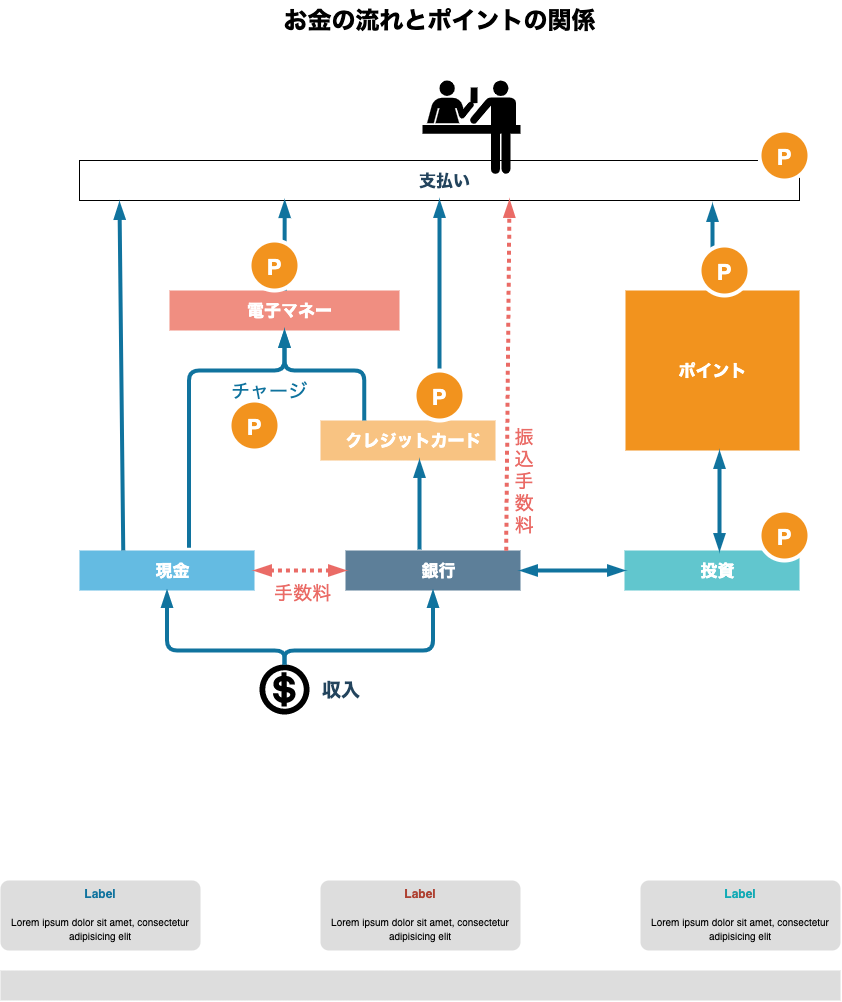
The draw.io diagram content/Point Flow.png in mak00s/yellowcake, before a commit. Source tidied: cells renumbered, new cells last; positions are measured from the earlier drawing's top-left corner, leaving out a move shared by most shapes. The source it was exported from:
```xml
<mxGraphModel>
  <root>
    <mxCell id="0" />
    <mxCell id="1" parent="0" />
    <mxCell id="2" value="お金の流れとポイントの関係" style="text;strokeColor=none;fillColor=none;html=1;fontSize=24;fontStyle=1;verticalAlign=middle;align=center;" parent="1" vertex="1">
      <mxGeometry x="79" width="720" height="40" as="geometry" />
    </mxCell>
    <mxCell id="3" value="現金" style="shape=mxgraph.infographic.ribbonSimple;notch1=0;notch2=0;notch=0;html=1;fillColor=#64BBE2;strokeColor=none;shadow=0;fontSize=17;fontColor=#FFFFFF;align=center;spacingLeft=10;fontStyle=1;" parent="1" vertex="1">
      <mxGeometry x="79" y="550" width="175" height="40" as="geometry" />
    </mxCell>
    <mxCell id="4" value="ポイント" style="html=1;fillColor=#F2931E;strokeColor=none;shadow=0;fontSize=17;fontColor=#FFFFFF;align=center;fontStyle=1;rounded=0;" parent="1" vertex="1">
      <mxGeometry x="625" y="290" width="174" height="160" as="geometry" />
    </mxCell>
    <mxCell id="5" value="クレジットカード" style="shape=mxgraph.infographic.ribbonSimple;notch1=0;notch2=0;notch=0;html=1;fillColor=#F8C382;strokeColor=none;shadow=0;fontSize=17;fontColor=#FFFFFF;align=center;spacingLeft=10;fontStyle=1;" parent="1" vertex="1">
      <mxGeometry x="320" y="420" width="175" height="40" as="geometry" />
    </mxCell>
    <mxCell id="6" value="電子マネー" style="shape=mxgraph.infographic.ribbonSimple;notch1=0;notch2=0;notch=0;html=1;fillColor=#F08E81;strokeColor=none;shadow=0;fontSize=17;fontColor=#FFFFFF;align=center;spacingLeft=10;fontStyle=1;" parent="1" vertex="1">
      <mxGeometry x="169" y="290" width="230" height="40" as="geometry" />
    </mxCell>
    <mxCell id="7" value="銀行" style="shape=mxgraph.infographic.ribbonSimple;notch1=0;notch2=0;notch=0;html=1;fillColor=#5D7F99;strokeColor=none;shadow=0;fontSize=17;fontColor=#FFFFFF;align=center;spacingLeft=10;fontStyle=1;" parent="1" vertex="1">
      <mxGeometry x="345" y="550" width="175" height="40" as="geometry" />
    </mxCell>
    <mxCell id="8" value="投資" style="shape=mxgraph.infographic.ribbonSimple;notch1=0;notch2=0;notch=0;html=1;fillColor=#61C6CE;strokeColor=none;shadow=0;fontSize=17;fontColor=#FFFFFF;align=center;spacingLeft=10;fontStyle=1;" parent="1" vertex="1">
      <mxGeometry x="624" y="550" width="175" height="40" as="geometry" />
    </mxCell>
    <mxCell id="9" style="shape=mxgraph.signs.travel.cashier;html=1;fillColor=#000000;strokeColor=none;verticalLabelPosition=bottom;verticalAlign=top;align=center;" parent="1" vertex="1">
      <mxGeometry x="259" y="664" width="50" height="50" as="geometry" />
    </mxCell>
    <mxCell id="10" style="shape=mxgraph.signs.travel.ticket_purchase;html=1;fillColor=#000000;strokeColor=none;verticalLabelPosition=bottom;verticalAlign=top;align=center;" parent="1" vertex="1">
      <mxGeometry x="422" y="80" width="98" height="95" as="geometry" />
    </mxCell>
    <mxCell id="11" style="endArrow=blockThin;startArrow=blockThin;html=1;fontSize=19;fontColor=#FFFFFF;strokeColor=#10739E;strokeWidth=4;startFill=1;endFill=1;entryX=0;entryY=0;entryDx=0;entryDy=20;entryPerimeter=0;exitX=1;exitY=0.5;exitDx=0;exitDy=0;exitPerimeter=0;targetPerimeterSpacing=0;endSize=7;startSize=7;jumpSize=7;" parent="1" edge="1" source="7" target="8">
      <mxGeometry relative="1" as="geometry" />
    </mxCell>
    <mxCell id="12" style="fillColor=#dddddd;rounded=0;strokeColor=none;fontSize=19;fontColor=#FFFFFF;" parent="1" vertex="1">
      <mxGeometry y="970" width="840" height="30" as="geometry" />
    </mxCell>
    <mxCell id="13" value="&lt;font style=&quot;font-size: 10px&quot;&gt;&lt;font style=&quot;font-size: 12px&quot; color=&quot;#10739E&quot;&gt;&lt;b&gt;Label&lt;/b&gt;&lt;/font&gt;&lt;br&gt;&lt;br&gt;&lt;font size=&quot;1&quot;&gt;Lorem ipsum dolor sit amet, consectetur adipisicing elit&lt;/font&gt;&lt;/font&gt;" style="rounded=1;strokeColor=none;fillColor=#DDDDDD;align=center;arcSize=12;verticalAlign=top;whiteSpace=wrap;html=1;fontSize=12;" parent="1" vertex="1">
      <mxGeometry y="880" width="200" height="70" as="geometry" />
    </mxCell>
    <mxCell id="14" value="&lt;font style=&quot;font-size: 10px&quot;&gt;&lt;font style=&quot;font-size: 12px&quot; color=&quot;#AE4132&quot;&gt;&lt;b&gt;Label&lt;/b&gt;&lt;/font&gt;&lt;br&gt;&lt;br&gt;&lt;font size=&quot;1&quot;&gt;Lorem ipsum dolor sit amet, consectetur adipisicing elit&lt;/font&gt;&lt;/font&gt;" style="rounded=1;strokeColor=none;fillColor=#DDDDDD;align=center;arcSize=12;verticalAlign=top;whiteSpace=wrap;html=1;fontSize=12;" parent="1" vertex="1">
      <mxGeometry x="320" y="880" width="200" height="70" as="geometry" />
    </mxCell>
    <mxCell id="15" value="&lt;font style=&quot;font-size: 10px&quot;&gt;&lt;font style=&quot;font-size: 12px&quot; color=&quot;#12AAB5&quot;&gt;&lt;b&gt;Label&lt;/b&gt;&lt;/font&gt;&lt;br&gt;&lt;br&gt;&lt;font size=&quot;1&quot;&gt;Lorem ipsum dolor sit amet, consectetur adipisicing elit&lt;/font&gt;&lt;/font&gt;" style="rounded=1;strokeColor=none;fillColor=#DDDDDD;align=center;arcSize=12;verticalAlign=top;whiteSpace=wrap;html=1;fontSize=12;" parent="1" vertex="1">
      <mxGeometry x="640" y="880" width="200" height="70" as="geometry" />
    </mxCell>
    <mxCell id="16" style="endArrow=blockThin;startArrow=blockThin;html=1;fontSize=19;fontColor=#FFFFFF;strokeWidth=4;startFill=1;endFill=1;targetPerimeterSpacing=0;endSize=7;startSize=7;jumpSize=7;dashed=1;dashPattern=1 1;strokeColor=#EA6B66;" parent="1" edge="1" source="3" target="7">
      <mxGeometry relative="1" as="geometry" />
    </mxCell>
    <mxCell id="17" style="endArrow=blockThin;startArrow=none;html=1;fontSize=19;fontColor=#FFFFFF;strokeColor=#10739E;strokeWidth=4;startFill=0;endFill=1;targetPerimeterSpacing=0;endSize=7;startSize=7;jumpSize=7;" parent="1" edge="1">
      <mxGeometry relative="1" as="geometry">
        <mxPoint x="419" y="549" as="sourcePoint" />
        <mxPoint x="419" y="460" as="targetPoint" />
      </mxGeometry>
    </mxCell>
    <mxCell id="18" style="endArrow=blockThin;startArrow=none;html=1;fontSize=19;fontColor=#FFFFFF;strokeColor=#10739E;strokeWidth=4;startFill=0;endFill=1;targetPerimeterSpacing=0;endSize=7;startSize=7;jumpSize=7;exitX=0;exitY=0;exitDx=43.75;exitDy=0;exitPerimeter=0;entryX=0;entryY=0;entryDx=115.00000000000001;entryDy=40;entryPerimeter=0;edgeStyle=orthogonalEdgeStyle;" parent="1" edge="1" source="5" target="6">
      <mxGeometry relative="1" as="geometry">
        <Array as="points">
          <mxPoint x="364" y="370" />
          <mxPoint x="284" y="370" />
        </Array>
      </mxGeometry>
    </mxCell>
    <mxCell id="19" value="支払い" style="shape=mxgraph.infographic.ribbonSimple;notch1=0;notch2=0;notch=0;html=1;shadow=0;fontSize=17;align=center;spacingLeft=10;fontStyle=1;fillColor=none;fontColor=#23445D;" parent="1" vertex="1">
      <mxGeometry x="79" y="160" width="720" height="40" as="geometry" />
    </mxCell>
    <mxCell id="20" style="endArrow=blockThin;startArrow=none;html=1;fontSize=19;fontColor=#FFFFFF;strokeColor=#10739E;strokeWidth=4;startFill=0;endFill=1;exitX=0;exitY=0;exitDx=43.75;exitDy=0;exitPerimeter=0;targetPerimeterSpacing=0;endSize=7;startSize=7;jumpSize=7;" parent="1" edge="1" source="3">
      <mxGeometry relative="1" as="geometry">
        <mxPoint x="119" y="202" as="targetPoint" />
      </mxGeometry>
    </mxCell>
    <mxCell id="21" style="endArrow=blockThin;startArrow=none;html=1;fontSize=19;fontColor=#FFFFFF;strokeColor=#10739E;strokeWidth=4;startFill=0;endFill=1;targetPerimeterSpacing=0;endSize=7;startSize=7;jumpSize=7;exitX=0;exitY=0;exitDx=115.00000000000001;exitDy=0;exitPerimeter=0;entryX=0.285;entryY=1.004;entryDx=0;entryDy=0;entryPerimeter=0;" parent="1" edge="1" source="6" target="19">
      <mxGeometry relative="1" as="geometry" />
    </mxCell>
    <mxCell id="22" style="endArrow=blockThin;startArrow=none;html=1;fontSize=19;fontColor=#FFFFFF;strokeColor=#10739E;strokeWidth=4;startFill=0;endFill=1;entryX=0;entryY=0;entryDx=360;entryDy=40;entryPerimeter=0;targetPerimeterSpacing=0;endSize=7;startSize=7;jumpSize=7;" parent="1" edge="1" target="19">
      <mxGeometry relative="1" as="geometry">
        <mxPoint x="439" y="420" as="sourcePoint" />
      </mxGeometry>
    </mxCell>
    <mxCell id="23" style="endArrow=blockThin;startArrow=none;html=1;fontSize=19;fontColor=#FFFFFF;strokeWidth=4;startFill=0;endFill=1;targetPerimeterSpacing=0;endSize=7;startSize=7;jumpSize=7;dashed=1;dashPattern=1 1;strokeColor=#EA6B66;exitX=0.918;exitY=0.004;exitDx=0;exitDy=0;exitPerimeter=0;" parent="1" edge="1" source="7">
      <mxGeometry relative="1" as="geometry">
        <mxPoint x="509" y="200" as="targetPoint" />
      </mxGeometry>
    </mxCell>
    <mxCell id="24" style="endArrow=blockThin;startArrow=none;html=1;fontSize=19;fontColor=#FFFFFF;strokeColor=#10739E;strokeWidth=4;startFill=0;endFill=1;exitX=0.5;exitY=0;exitDx=0;exitDy=0;targetPerimeterSpacing=0;endSize=7;startSize=7;jumpSize=7;" parent="1" edge="1" source="4">
      <mxGeometry relative="1" as="geometry">
        <mxPoint x="712" y="204" as="targetPoint" />
      </mxGeometry>
    </mxCell>
    <mxCell id="25" value="P" style="shape=ellipse;perimeter=ellipsePerimeter;fontSize=22;fontStyle=1;shadow=0;strokeColor=#ffffff;fillColor=#F2931E;strokeWidth=4;fontColor=#ffffff;align=center;" parent="1" vertex="1">
      <mxGeometry x="249" y="240" width="50" height="50" as="geometry" />
    </mxCell>
    <mxCell id="26" value="P" style="shape=ellipse;perimeter=ellipsePerimeter;fontSize=22;fontStyle=1;shadow=0;strokeColor=#ffffff;fillColor=#F2931E;strokeWidth=4;fontColor=#ffffff;align=center;" parent="1" vertex="1">
      <mxGeometry x="414" y="370" width="50" height="50" as="geometry" />
    </mxCell>
    <mxCell id="27" value="P" style="shape=ellipse;perimeter=ellipsePerimeter;fontSize=22;fontStyle=1;shadow=0;strokeColor=#ffffff;fillColor=#F2931E;strokeWidth=4;fontColor=#ffffff;align=center;" parent="1" vertex="1">
      <mxGeometry x="229" y="400" width="50" height="50" as="geometry" />
    </mxCell>
    <mxCell id="28" value="P" style="shape=ellipse;perimeter=ellipsePerimeter;fontSize=22;fontStyle=1;shadow=0;strokeColor=#ffffff;fillColor=#F2931E;strokeWidth=4;fontColor=#ffffff;align=center;" parent="1" vertex="1">
      <mxGeometry x="699" y="245" width="50" height="50" as="geometry" />
    </mxCell>
    <mxCell id="29" value="手数料" style="text;html=1;strokeColor=none;fillColor=none;align=center;verticalAlign=middle;whiteSpace=wrap;rounded=0;fontSize=19;fontColor=#EA6B66;" parent="1" vertex="1">
      <mxGeometry x="268" y="582" width="69" height="20" as="geometry" />
    </mxCell>
    <mxCell id="30" value="振&lt;br&gt;込&lt;br&gt;手&lt;br&gt;数&lt;br&gt;料" style="text;html=1;strokeColor=none;fillColor=none;align=center;verticalAlign=middle;whiteSpace=wrap;rounded=0;fontSize=19;fontColor=#EA6B66;rotation=0;" parent="1" vertex="1">
      <mxGeometry x="509" y="430" width="30" height="100" as="geometry" />
    </mxCell>
    <mxCell id="31" value="P" style="shape=ellipse;perimeter=ellipsePerimeter;fontSize=22;fontStyle=1;shadow=0;strokeColor=#ffffff;fillColor=#F2931E;strokeWidth=4;fontColor=#ffffff;align=center;" parent="1" vertex="1">
      <mxGeometry x="759" y="510" width="50" height="50" as="geometry" />
    </mxCell>
    <mxCell id="32" style="endArrow=blockThin;startArrow=none;html=1;fontSize=19;fontColor=#FFFFFF;strokeColor=#10739E;strokeWidth=4;startFill=0;endFill=1;targetPerimeterSpacing=0;endSize=7;startSize=7;jumpSize=7;exitX=0.626;exitY=-0.068;exitDx=0;exitDy=0;exitPerimeter=0;entryX=0;entryY=0;entryDx=115.00000000000001;entryDy=40;entryPerimeter=0;edgeStyle=orthogonalEdgeStyle;" parent="1" edge="1" source="3" target="6">
      <mxGeometry relative="1" as="geometry">
        <Array as="points">
          <mxPoint x="189" y="370" />
          <mxPoint x="284" y="370" />
        </Array>
      </mxGeometry>
    </mxCell>
    <mxCell id="33" style="endArrow=blockThin;startArrow=none;html=1;fontSize=19;fontColor=#FFFFFF;strokeColor=#10739E;strokeWidth=4;startFill=0;endFill=1;exitX=0.5;exitY=0;exitDx=0;exitDy=0;exitPerimeter=0;targetPerimeterSpacing=0;endSize=7;startSize=7;jumpSize=7;entryX=0;entryY=0;entryDx=87.5;entryDy=40;entryPerimeter=0;edgeStyle=orthogonalEdgeStyle;" parent="1" edge="1" source="9" target="3">
      <mxGeometry relative="1" as="geometry">
        <Array as="points">
          <mxPoint x="284" y="650" />
          <mxPoint x="167" y="650" />
        </Array>
      </mxGeometry>
    </mxCell>
    <mxCell id="34" style="endArrow=blockThin;startArrow=none;html=1;fontSize=19;fontColor=#FFFFFF;strokeColor=#10739E;strokeWidth=4;startFill=0;endFill=1;exitX=0.5;exitY=0;exitDx=0;exitDy=0;exitPerimeter=0;targetPerimeterSpacing=0;endSize=7;startSize=7;jumpSize=7;entryX=0;entryY=0;entryDx=87.5;entryDy=40;entryPerimeter=0;edgeStyle=orthogonalEdgeStyle;" parent="1" edge="1" source="9" target="7">
      <mxGeometry relative="1" as="geometry">
        <Array as="points">
          <mxPoint x="284" y="650" />
          <mxPoint x="433" y="650" />
        </Array>
      </mxGeometry>
    </mxCell>
    <mxCell id="35" value="収入" style="text;html=1;strokeColor=none;fillColor=none;align=left;verticalAlign=middle;whiteSpace=wrap;rounded=0;fontSize=19;fontStyle=1;fontColor=#23445D;" parent="1" vertex="1">
      <mxGeometry x="320" y="679" width="79" height="20" as="geometry" />
    </mxCell>
    <mxCell id="36" value="チャージ" style="text;html=1;strokeColor=none;fillColor=none;align=center;verticalAlign=middle;whiteSpace=wrap;rounded=0;fontSize=19;fontColor=#10739E;" parent="1" vertex="1">
      <mxGeometry x="229" y="380" width="80" height="20" as="geometry" />
    </mxCell>
    <mxCell id="37" value="P" style="shape=ellipse;perimeter=ellipsePerimeter;fontSize=22;fontStyle=1;shadow=0;strokeColor=#ffffff;fillColor=#F2931E;strokeWidth=4;fontColor=#ffffff;align=center;" parent="1" vertex="1">
      <mxGeometry x="759" y="130" width="50" height="50" as="geometry" />
    </mxCell>
    <mxCell id="38" style="endArrow=blockThin;startArrow=blockThin;html=1;fontSize=19;fontColor=#FFFFFF;strokeColor=#10739E;strokeWidth=4;startFill=1;endFill=1;targetPerimeterSpacing=0;endSize=7;startSize=7;jumpSize=7;" parent="1" edge="1">
      <mxGeometry relative="1" as="geometry">
        <mxPoint x="719" y="550" as="sourcePoint" />
        <mxPoint x="719" y="451" as="targetPoint" />
      </mxGeometry>
    </mxCell>
  </root>
</mxGraphModel>
```
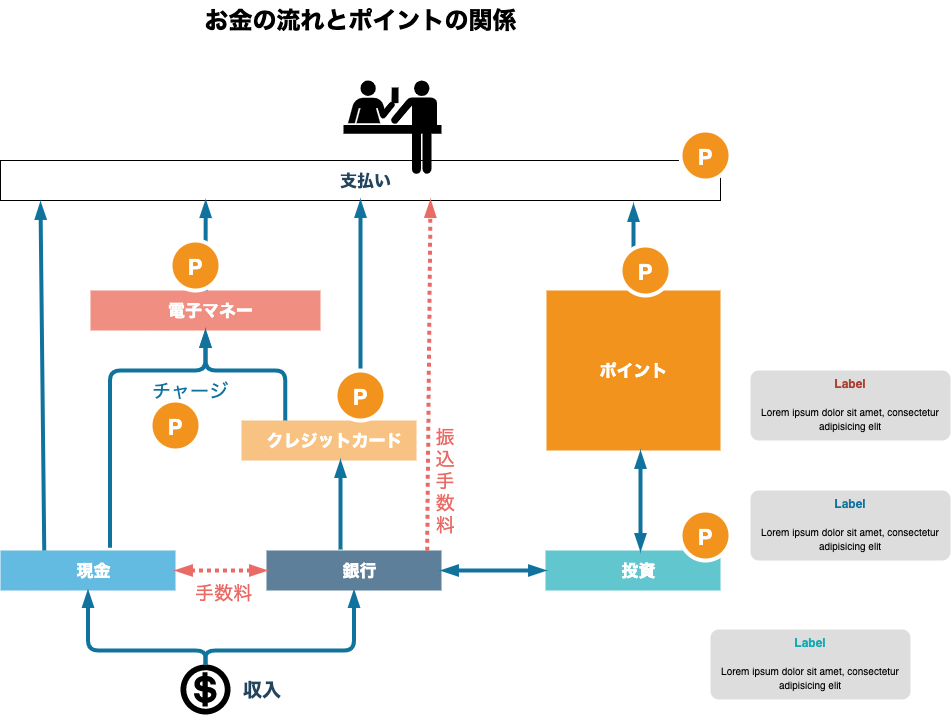
The same diagram one commit later.

What changed in the source:
```diff
@@ -32,17 +32,14 @@
     <mxCell id="11" style="endArrow=blockThin;startArrow=blockThin;html=1;fontSize=19;fontColor=#FFFFFF;strokeColor=#10739E;strokeWidth=4;startFill=1;endFill=1;entryX=0;entryY=0;entryDx=0;entryDy=20;entryPerimeter=0;exitX=1;exitY=0.5;exitDx=0;exitDy=0;exitPerimeter=0;targetPerimeterSpacing=0;endSize=7;startSize=7;jumpSize=7;" parent="1" edge="1" source="7" target="8">
       <mxGeometry relative="1" as="geometry" />
     </mxCell>
-    <mxCell id="12" style="fillColor=#dddddd;rounded=0;strokeColor=none;fontSize=19;fontColor=#FFFFFF;" parent="1" vertex="1">
-      <mxGeometry y="970" width="840" height="30" as="geometry" />
-    </mxCell>
     <mxCell id="13" value="&lt;font style=&quot;font-size: 10px&quot;&gt;&lt;font style=&quot;font-size: 12px&quot; color=&quot;#10739E&quot;&gt;&lt;b&gt;Label&lt;/b&gt;&lt;/font&gt;&lt;br&gt;&lt;br&gt;&lt;font size=&quot;1&quot;&gt;Lorem ipsum dolor sit amet, consectetur adipisicing elit&lt;/font&gt;&lt;/font&gt;" style="rounded=1;strokeColor=none;fillColor=#DDDDDD;align=center;arcSize=12;verticalAlign=top;whiteSpace=wrap;html=1;fontSize=12;" parent="1" vertex="1">
-      <mxGeometry y="880" width="200" height="70" as="geometry" />
+      <mxGeometry x="829" y="490" width="200" height="70" as="geometry" />
     </mxCell>
     <mxCell id="14" value="&lt;font style=&quot;font-size: 10px&quot;&gt;&lt;font style=&quot;font-size: 12px&quot; color=&quot;#AE4132&quot;&gt;&lt;b&gt;Label&lt;/b&gt;&lt;/font&gt;&lt;br&gt;&lt;br&gt;&lt;font size=&quot;1&quot;&gt;Lorem ipsum dolor sit amet, consectetur adipisicing elit&lt;/font&gt;&lt;/font&gt;" style="rounded=1;strokeColor=none;fillColor=#DDDDDD;align=center;arcSize=12;verticalAlign=top;whiteSpace=wrap;html=1;fontSize=12;" parent="1" vertex="1">
-      <mxGeometry x="320" y="880" width="200" height="70" as="geometry" />
+      <mxGeometry x="829" y="370" width="200" height="70" as="geometry" />
     </mxCell>
     <mxCell id="15" value="&lt;font style=&quot;font-size: 10px&quot;&gt;&lt;font style=&quot;font-size: 12px&quot; color=&quot;#12AAB5&quot;&gt;&lt;b&gt;Label&lt;/b&gt;&lt;/font&gt;&lt;br&gt;&lt;br&gt;&lt;font size=&quot;1&quot;&gt;Lorem ipsum dolor sit amet, consectetur adipisicing elit&lt;/font&gt;&lt;/font&gt;" style="rounded=1;strokeColor=none;fillColor=#DDDDDD;align=center;arcSize=12;verticalAlign=top;whiteSpace=wrap;html=1;fontSize=12;" parent="1" vertex="1">
-      <mxGeometry x="640" y="880" width="200" height="70" as="geometry" />
+      <mxGeometry x="789" y="629" width="200" height="70" as="geometry" />
     </mxCell>
     <mxCell id="16" style="endArrow=blockThin;startArrow=blockThin;html=1;fontSize=19;fontColor=#FFFFFF;strokeWidth=4;startFill=1;endFill=1;targetPerimeterSpacing=0;endSize=7;startSize=7;jumpSize=7;dashed=1;dashPattern=1 1;strokeColor=#EA6B66;" parent="1" edge="1" source="3" target="7">
       <mxGeometry relative="1" as="geometry" />
```
